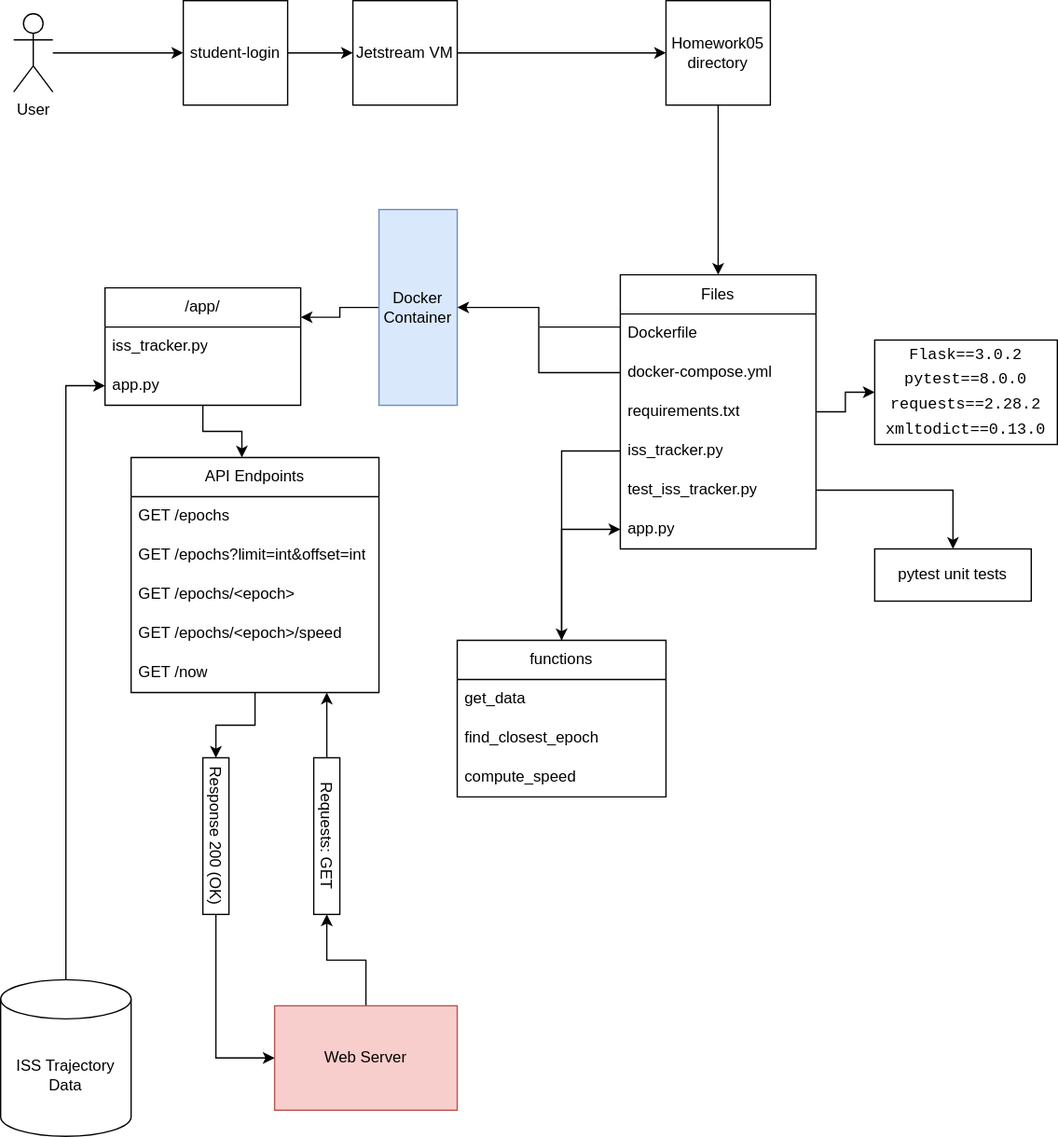
This is software_diagram.svg from hieucannguyen/Containerized-ISS-Tracker-Flask-App, a draw.io export, as it was before one commit. Source tidied: cells renumbered, new cells last; positions are measured from the earlier drawing's top-left corner, leaving out a move shared by most shapes.
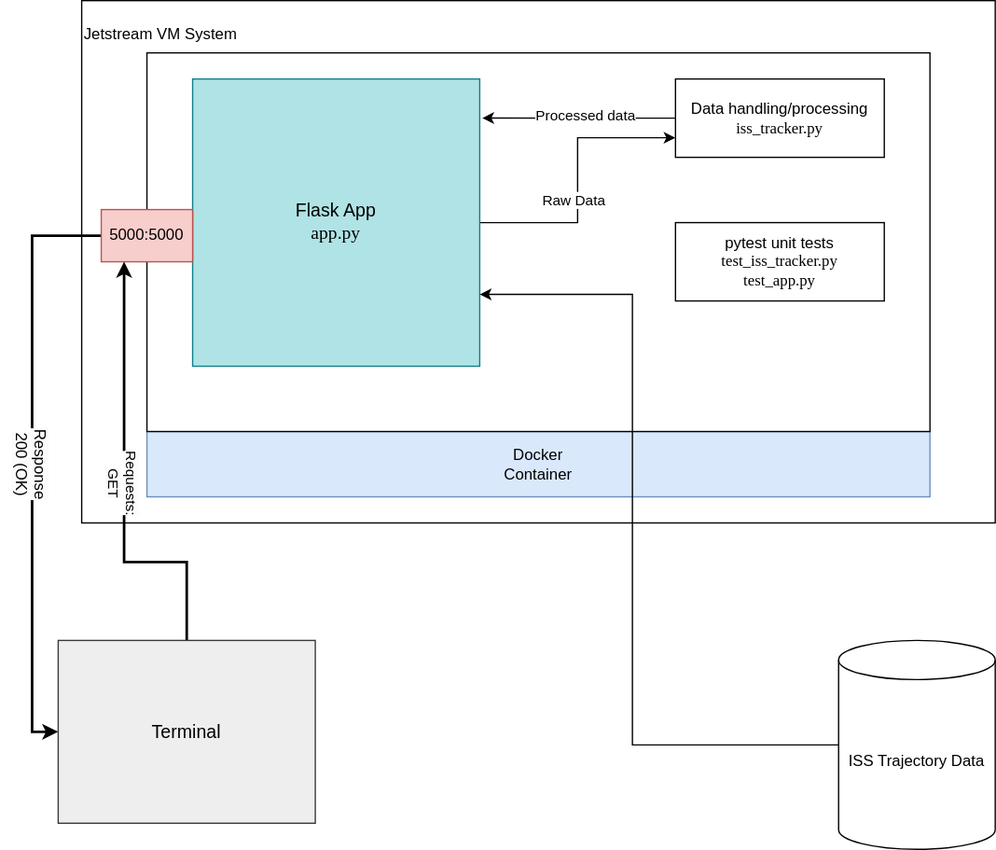
After the commit.

What changed in the source:
```diff
@@ -2,161 +2,79 @@
   <root>
     <mxCell id="0" />
     <mxCell id="1" parent="0" />
-    <mxCell id="2" style="edgeStyle=orthogonalEdgeStyle;rounded=0;jettySize=auto;html=1;" parent="1" edge="1" source="3" target="5">
-      <mxGeometry relative="1" as="geometry" />
-    </mxCell>
-    <mxCell id="3" value="student-login" style="whiteSpace=wrap;html=1;" parent="1" vertex="1">
-      <mxGeometry x="140" width="80" height="80" as="geometry" />
-    </mxCell>
-    <mxCell id="4" style="edgeStyle=orthogonalEdgeStyle;rounded=0;jettySize=auto;html=1;" parent="1" edge="1" source="5" target="7">
-      <mxGeometry relative="1" as="geometry" />
-    </mxCell>
-    <mxCell id="5" value="Jetstream VM" style="whiteSpace=wrap;html=1;" parent="1" vertex="1">
-      <mxGeometry x="270" width="80" height="80" as="geometry" />
+    <mxCell id="5" value="&lt;p style=&quot;line-height: 120%;&quot;&gt;Jetstream VM System&lt;/p&gt;" style="whiteSpace=wrap;html=1;align=left;horizontal=1;verticalAlign=top;spacing=2;labelPosition=center;verticalLabelPosition=middle;" parent="1" vertex="1">
+      <mxGeometry x="68" y="-10" width="700" height="400" as="geometry" />
     </mxCell>
-    <mxCell id="6" style="edgeStyle=orthogonalEdgeStyle;rounded=0;jettySize=auto;html=1;" parent="1" edge="1" source="7" target="10">
-      <mxGeometry relative="1" as="geometry" />
-    </mxCell>
-    <mxCell id="7" value="Homework05 directory" style="whiteSpace=wrap;html=1;" parent="1" vertex="1">
-      <mxGeometry x="510" width="80" height="80" as="geometry" />
-    </mxCell>
-    <mxCell id="8" style="edgeStyle=orthogonalEdgeStyle;rounded=0;jettySize=auto;html=1;entryX=0;entryY=0.5;entryDx=0;entryDy=0;" parent="1" edge="1" source="9" target="3">
-      <mxGeometry relative="1" as="geometry" />
-    </mxCell>
-    <mxCell id="9" value="User" style="shape=umlActor;verticalLabelPosition=bottom;verticalAlign=top;html=1;outlineConnect=0;" parent="1" vertex="1">
-      <mxGeometry x="10" y="10" width="30" height="60" as="geometry" />
-    </mxCell>
-    <mxCell id="10" value="Files" style="swimlane;fontStyle=0;horizontal=1;startSize=30;whiteSpace=wrap;html=1;" parent="1" vertex="1">
-      <mxGeometry x="475" y="210" width="150" height="210" as="geometry" />
-    </mxCell>
-    <mxCell id="11" value="Dockerfile" style="text;strokeColor=none;fillColor=none;align=left;verticalAlign=middle;spacingLeft=4;spacingRight=4;overflow=hidden;whiteSpace=wrap;html=1;" parent="10" vertex="1">
-      <mxGeometry y="30" width="150" height="30" as="geometry" />
-    </mxCell>
-    <mxCell id="12" value="docker-compose.yml" style="text;strokeColor=none;fillColor=none;align=left;verticalAlign=middle;spacingLeft=4;spacingRight=4;overflow=hidden;points=[[0,0.5],[1,0.5]];portConstraint=eastwest;whiteSpace=wrap;html=1;" parent="10" vertex="1">
-      <mxGeometry y="60" width="150" height="30" as="geometry" />
-    </mxCell>
-    <mxCell id="13" value="requirements.txt" style="text;strokeColor=none;fillColor=none;align=left;verticalAlign=middle;spacingLeft=4;spacingRight=4;overflow=hidden;points=[[0,0.5],[1,0.5]];portConstraint=eastwest;whiteSpace=wrap;html=1;" parent="10" vertex="1">
-      <mxGeometry y="90" width="150" height="30" as="geometry" />
-    </mxCell>
-    <mxCell id="14" value="iss_tracker.py" style="text;strokeColor=none;fillColor=none;align=left;verticalAlign=middle;spacingLeft=4;spacingRight=4;overflow=hidden;points=[[0,0.5],[1,0.5]];portConstraint=eastwest;whiteSpace=wrap;html=1;" parent="10" vertex="1">
-      <mxGeometry y="120" width="150" height="30" as="geometry" />
-    </mxCell>
-    <mxCell id="15" value="test_iss_tracker.py" style="text;strokeColor=none;fillColor=none;align=left;verticalAlign=middle;spacingLeft=4;spacingRight=4;overflow=hidden;points=[[0,0.5],[1,0.5]];portConstraint=eastwest;whiteSpace=wrap;html=1;" parent="10" vertex="1">
-      <mxGeometry y="150" width="150" height="30" as="geometry" />
-    </mxCell>
-    <mxCell id="16" value="app.py" style="text;strokeColor=none;fillColor=none;align=left;verticalAlign=middle;spacingLeft=4;spacingRight=4;overflow=hidden;points=[[0,0.5],[1,0.5]];portConstraint=eastwest;whiteSpace=wrap;html=1;" parent="10" vertex="1">
-      <mxGeometry y="180" width="150" height="30" as="geometry" />
-    </mxCell>
     <mxCell id="17" style="edgeStyle=orthogonalEdgeStyle;rounded=0;jettySize=auto;html=1;entryX=1;entryY=0.5;entryDx=0;entryDy=0;" parent="1" edge="1" source="19">
       <mxGeometry relative="1" as="geometry" />
     </mxCell>
-    <mxCell id="18" style="edgeStyle=orthogonalEdgeStyle;rounded=0;jettySize=auto;html=1;entryX=1;entryY=0.25;entryDx=0;entryDy=0;" parent="1" edge="1" source="19" target="20">
-      <mxGeometry relative="1" as="geometry" />
-    </mxCell>
     <mxCell id="19" value="Docker&lt;br&gt;Container" style="rounded=0;whiteSpace=wrap;html=1;fillColor=#dae8fc;strokeColor=#6c8ebf;" parent="1" vertex="1">
-      <mxGeometry x="290" y="160" width="60" height="150" as="geometry" />
+      <mxGeometry x="118" y="320" width="600" height="50" as="geometry" />
     </mxCell>
-    <mxCell id="20" value="/app/" style="swimlane;fontStyle=0;horizontal=1;startSize=30;whiteSpace=wrap;html=1;" parent="1" vertex="1">
-      <mxGeometry x="80" y="220" width="150" height="90" as="geometry" />
-    </mxCell>
-    <mxCell id="21" value="iss_tracker.py" style="text;strokeColor=none;fillColor=none;align=left;verticalAlign=middle;spacingLeft=4;spacingRight=4;overflow=hidden;whiteSpace=wrap;html=1;" parent="20" vertex="1">
-      <mxGeometry y="30" width="150" height="30" as="geometry" />
-    </mxCell>
-    <mxCell id="22" value="app.py" style="text;strokeColor=none;fillColor=none;align=left;verticalAlign=middle;spacingLeft=4;spacingRight=4;overflow=hidden;points=[[0,0.5],[1,0.5]];portConstraint=eastwest;whiteSpace=wrap;html=1;" parent="20" vertex="1">
-      <mxGeometry y="60" width="150" height="30" as="geometry" />
-    </mxCell>
-    <mxCell id="23" value="pytest unit tests" style="rounded=0;whiteSpace=wrap;html=1;" parent="1" vertex="1">
-      <mxGeometry x="670" y="420" width="120" height="40" as="geometry" />
-    </mxCell>
-    <mxCell id="24" style="edgeStyle=orthogonalEdgeStyle;rounded=0;jettySize=auto;html=1;entryX=0.5;entryY=0;entryDx=0;entryDy=0;" parent="1" edge="1" source="15" target="23">
-      <mxGeometry relative="1" as="geometry" />
-    </mxCell>
-    <mxCell id="25" style="edgeStyle=orthogonalEdgeStyle;rounded=0;jettySize=auto;html=1;entryX=0;entryY=0.5;entryDx=0;entryDy=0;" parent="1" edge="1" source="26" target="16">
-      <mxGeometry relative="1" as="geometry" />
-    </mxCell>
-    <mxCell id="26" value="functions" style="swimlane;fontStyle=0;horizontal=1;startSize=30;whiteSpace=wrap;html=1;" parent="1" vertex="1">
-      <mxGeometry x="350" y="490" width="160" height="120" as="geometry" />
-    </mxCell>
-    <mxCell id="27" value="get_data" style="text;strokeColor=none;fillColor=none;align=left;verticalAlign=middle;spacingLeft=4;spacingRight=4;overflow=hidden;whiteSpace=wrap;html=1;" parent="26" vertex="1">
-      <mxGeometry y="30" width="160" height="30" as="geometry" />
-    </mxCell>
-    <mxCell id="28" value="find_closest_epoch" style="text;strokeColor=none;fillColor=none;align=left;verticalAlign=middle;spacingLeft=4;spacingRight=4;overflow=hidden;whiteSpace=wrap;html=1;" parent="26" vertex="1">
-      <mxGeometry y="60" width="160" height="30" as="geometry" />
-    </mxCell>
-    <mxCell id="29" value="compute_speed" style="text;strokeColor=none;fillColor=none;align=left;verticalAlign=middle;spacingLeft=4;spacingRight=4;overflow=hidden;whiteSpace=wrap;html=1;" parent="26" vertex="1">
-      <mxGeometry y="90" width="160" height="30" as="geometry" />
-    </mxCell>
-    <mxCell id="30" style="edgeStyle=orthogonalEdgeStyle;rounded=0;jettySize=auto;html=1;" parent="1" edge="1" source="14" target="26">
-      <mxGeometry relative="1" as="geometry" />
-    </mxCell>
-    <mxCell id="31" value="&lt;div style=&quot;font-family: Consolas, &amp;quot;Courier New&amp;quot;, monospace; line-height: 19px;&quot;&gt;&lt;div style=&quot;&quot;&gt;&lt;span style=&quot;background-color: rgb(255, 255, 255);&quot;&gt;Flask==3.0.2&lt;/span&gt;&lt;/div&gt;&lt;div style=&quot;&quot;&gt;&lt;span style=&quot;background-color: rgb(255, 255, 255);&quot;&gt;pytest==8.0.0&lt;/span&gt;&lt;/div&gt;&lt;div style=&quot;&quot;&gt;&lt;span style=&quot;background-color: rgb(255, 255, 255);&quot;&gt;requests==2.28.2&lt;/span&gt;&lt;/div&gt;&lt;div style=&quot;&quot;&gt;&lt;span style=&quot;background-color: rgb(255, 255, 255);&quot;&gt;xmltodict==0.13.0&lt;/span&gt;&lt;/div&gt;&lt;/div&gt;" style="rounded=0;whiteSpace=wrap;html=1;" parent="1" vertex="1">
-      <mxGeometry x="670" y="260" width="140" height="80" as="geometry" />
-    </mxCell>
-    <mxCell id="32" style="edgeStyle=orthogonalEdgeStyle;rounded=0;jettySize=auto;html=1;" parent="1" edge="1" source="13" target="31">
-      <mxGeometry relative="1" as="geometry" />
-    </mxCell>
-    <mxCell id="33" style="edgeStyle=orthogonalEdgeStyle;rounded=0;jettySize=auto;html=1;entryX=1;entryY=0.5;entryDx=0;entryDy=0;" parent="1" edge="1" source="12" target="19">
-      <mxGeometry relative="1" as="geometry" />
-    </mxCell>
-    <mxCell id="34" style="endArrow=none;html=1;rounded=0;" parent="1" edge="1">
-      <mxGeometry relative="1" as="geometry">
-        <mxPoint x="413" y="250" as="sourcePoint" />
-        <mxPoint x="475" y="250" as="targetPoint" />
-      </mxGeometry>
-    </mxCell>
-    <mxCell id="35" style="edgeStyle=orthogonalEdgeStyle;rounded=0;jettySize=auto;html=1;entryX=0;entryY=0.5;entryDx=0;entryDy=0;" parent="1" edge="1" source="36" target="22">
-      <mxGeometry relative="1" as="geometry" />
-    </mxCell>
+    <mxCell id="51" style="whiteSpace=wrap;html=1;" parent="1" vertex="1">
+      <mxGeometry x="118" y="30" width="600" height="290" as="geometry" />
+    </mxCell>
+    <mxCell id="52" style="edgeStyle=orthogonalEdgeStyle;rounded=0;jettySize=auto;html=1;entryX=0;entryY=0.75;entryDx=0;entryDy=0;" parent="1" edge="1" source="54" target="55">
+      <mxGeometry relative="1" as="geometry" />
+    </mxCell>
+    <mxCell id="53" value="Raw Data" style="edgeLabel;html=1;align=center;verticalAlign=middle;" parent="52" vertex="1">
+      <mxGeometry x="-0.14" y="4" relative="1" as="geometry" />
+    </mxCell>
+    <mxCell id="54" value="&lt;font style=&quot;font-size: 14px;&quot;&gt;Flask App&lt;/font&gt;&lt;div style=&quot;font-size: 14px;&quot;&gt;&lt;font style=&quot;font-size: 14px;&quot; face=&quot;Lucida Console&quot;&gt;app.py&lt;/font&gt;&lt;/div&gt;" style="whiteSpace=wrap;html=1;align=center;verticalAlign=middle;fillColor=#b0e3e6;strokeColor=#0e8088;" parent="1" vertex="1">
+      <mxGeometry x="153" y="50" width="220" height="220" as="geometry" />
+    </mxCell>
+    <mxCell id="55" value="Data handling/processing&lt;div&gt;&lt;font face=&quot;Lucida Console&quot;&gt;iss_tracker.py&lt;/font&gt;&lt;/div&gt;" style="rounded=0;whiteSpace=wrap;html=1;" parent="1" vertex="1">
+      <mxGeometry x="523" y="50" width="160" height="60" as="geometry" />
+    </mxCell>
+    <mxCell id="56" style="edgeStyle=orthogonalEdgeStyle;rounded=0;jettySize=auto;html=1;entryX=1.009;entryY=0.136;entryDx=0;entryDy=0;entryPerimeter=0;" parent="1" edge="1" source="55" target="54">
+      <mxGeometry relative="1" as="geometry" />
+    </mxCell>
+    <mxCell id="57" value="Processed data" style="edgeLabel;html=1;align=center;verticalAlign=middle;" parent="56" vertex="1">
+      <mxGeometry x="-0.07" y="-3" relative="1" as="geometry">
+        <mxPoint x="-1" as="offset" />
+      </mxGeometry>
+    </mxCell>
+    <mxCell id="58" value="pytest unit tests&lt;div&gt;&lt;span style=&quot;font-family: &amp;quot;Lucida Console&amp;quot;;&quot;&gt;test_iss_tracker.py&lt;/span&gt;&lt;br&gt;&lt;/div&gt;&lt;div&gt;&lt;span style=&quot;font-family: &amp;quot;Lucida Console&amp;quot;;&quot;&gt;test_app.py&lt;/span&gt;&lt;br&gt;&lt;/div&gt;" style="rounded=0;whiteSpace=wrap;html=1;" parent="1" vertex="1">
+      <mxGeometry x="523" y="160" width="160" height="60" as="geometry" />
+    </mxCell>
+    <mxCell id="59" style="edgeStyle=orthogonalEdgeStyle;rounded=0;jettySize=auto;html=1;entryX=0;entryY=0.5;entryDx=0;entryDy=0;exitX=0;exitY=0.5;exitDx=0;exitDy=0;strokeWidth=2;" parent="1" edge="1" source="60" target="62">
+      <mxGeometry relative="1" as="geometry">
+        <Array as="points">
+          <mxPoint x="30" y="170" />
+          <mxPoint x="30" y="550" />
+        </Array>
+      </mxGeometry>
+    </mxCell>
+    <mxCell id="47" value="&lt;p style=&quot;line-height: 120%;&quot;&gt;&lt;span style=&quot;font-size: 12px; text-wrap: wrap; background-color: rgb(251, 251, 251);&quot;&gt;Response 200 (OK)&lt;/span&gt;&lt;/p&gt;" style="edgeLabel;html=1;align=center;verticalAlign=middle;points=[];rotation=90;" parent="59" vertex="1">
+      <mxGeometry relative="1" as="geometry" />
+    </mxCell>
+    <mxCell id="60" value="5000:5000" style="rounded=0;whiteSpace=wrap;html=1;fillColor=#f8cecc;strokeColor=#b85450;" parent="1" vertex="1">
+      <mxGeometry x="83" y="150" width="70" height="40" as="geometry" />
+    </mxCell>
+    <mxCell id="61" style="edgeStyle=orthogonalEdgeStyle;rounded=0;jettySize=auto;html=1;entryX=0.25;entryY=1;entryDx=0;entryDy=0;exitX=0.5;exitY=0;exitDx=0;exitDy=0;strokeWidth=2;" parent="1" edge="1" source="62" target="60">
+      <mxGeometry relative="1" as="geometry">
+        <Array as="points">
+          <mxPoint x="149" y="420" />
+          <mxPoint x="101" y="420" />
+        </Array>
+      </mxGeometry>
+    </mxCell>
+    <mxCell id="49" value="&lt;span style=&quot;font-size: 11px; text-wrap: wrap; background-color: rgb(251, 251, 251);&quot;&gt;Requests: GET&lt;/span&gt;" style="edgeLabel;html=1;align=center;verticalAlign=middle;points=[];rotation=90;horizontal=1;fontSize=11;" parent="61" vertex="1">
+      <mxGeometry relative="1" as="geometry" />
+    </mxCell>
+    <mxCell id="62" value="&lt;font style=&quot;font-size: 14px;&quot;&gt;Terminal&lt;/font&gt;" style="rounded=0;whiteSpace=wrap;html=1;fillColor=#eeeeee;strokeColor=#36393d;" parent="1" vertex="1">
+      <mxGeometry x="50" y="480" width="197" height="140" as="geometry" />
+    </mxCell>
+    <mxCell id="63" style="edgeStyle=orthogonalEdgeStyle;rounded=0;jettySize=auto;html=1;entryX=1;entryY=0.75;entryDx=0;entryDy=0;" parent="1" edge="1" source="36" target="54">
+      <mxGeometry relative="1" as="geometry">
+        <Array as="points">
+          <mxPoint x="490" y="560" />
+          <mxPoint x="490" y="215" />
+        </Array>
+      </mxGeometry>
+    </mxCell>
     <mxCell id="36" value="ISS Trajectory Data" style="shape=cylinder3;whiteSpace=wrap;html=1;boundedLbl=1;backgroundOutline=1;size=15;" parent="1" vertex="1">
-      <mxGeometry y="750" width="100" height="120" as="geometry" />
+      <mxGeometry x="648" y="480" width="120" height="160" as="geometry" />
     </mxCell>
-    <mxCell id="37" style="edgeStyle=orthogonalEdgeStyle;rounded=0;jettySize=auto;html=1;entryX=1;entryY=0.5;entryDx=0;entryDy=0;" parent="1" edge="1" source="38" target="49">
-      <mxGeometry relative="1" as="geometry" />
-    </mxCell>
-    <mxCell id="38" value="Web Server" style="rounded=0;whiteSpace=wrap;html=1;fillColor=#f8cecc;strokeColor=#b85450;" parent="1" vertex="1">
-      <mxGeometry x="210" y="770" width="140" height="80" as="geometry" />
-    </mxCell>
-    <mxCell id="39" style="edgeStyle=orthogonalEdgeStyle;rounded=0;jettySize=auto;html=1;entryX=0;entryY=0.5;entryDx=0;entryDy=0;" parent="1" edge="1" source="40" target="47">
-      <mxGeometry relative="1" as="geometry" />
-    </mxCell>
-    <mxCell id="40" value="API Endpoints" style="swimlane;fontStyle=0;horizontal=1;startSize=30;whiteSpace=wrap;html=1;" parent="1" vertex="1">
-      <mxGeometry x="100" y="350" width="190" height="180" as="geometry" />
-    </mxCell>
-    <mxCell id="41" value="GET /epochs" style="text;strokeColor=none;fillColor=none;align=left;verticalAlign=middle;spacingLeft=4;spacingRight=4;overflow=hidden;whiteSpace=wrap;html=1;" parent="40" vertex="1">
-      <mxGeometry y="30" width="190" height="30" as="geometry" />
-    </mxCell>
-    <mxCell id="42" value="GET /epochs?limit=int&amp;amp;offset=int" style="text;strokeColor=none;fillColor=none;align=left;verticalAlign=middle;spacingLeft=4;spacingRight=4;overflow=hidden;whiteSpace=wrap;html=1;" parent="40" vertex="1">
-      <mxGeometry y="60" width="190" height="30" as="geometry" />
-    </mxCell>
-    <mxCell id="43" value="GET /epochs/&amp;lt;epoch&amp;gt;" style="text;strokeColor=none;fillColor=none;align=left;verticalAlign=middle;spacingLeft=4;spacingRight=4;overflow=hidden;whiteSpace=wrap;html=1;" parent="40" vertex="1">
-      <mxGeometry y="90" width="190" height="30" as="geometry" />
-    </mxCell>
-    <mxCell id="44" value="GET /epochs/&amp;lt;epoch&amp;gt;/speed" style="text;strokeColor=none;fillColor=none;align=left;verticalAlign=middle;spacingLeft=4;spacingRight=4;overflow=hidden;whiteSpace=wrap;html=1;" parent="40" vertex="1">
-      <mxGeometry y="120" width="190" height="30" as="geometry" />
-    </mxCell>
-    <mxCell id="45" value="GET /now" style="text;strokeColor=none;fillColor=none;align=left;verticalAlign=middle;spacingLeft=4;spacingRight=4;overflow=hidden;whiteSpace=wrap;html=1;" parent="40" vertex="1">
-      <mxGeometry y="150" width="190" height="30" as="geometry" />
-    </mxCell>
-    <mxCell id="46" style="edgeStyle=orthogonalEdgeStyle;rounded=0;jettySize=auto;html=1;entryX=0.447;entryY=0;entryDx=0;entryDy=0;entryPerimeter=0;" parent="1" edge="1" source="20" target="40">
-      <mxGeometry relative="1" as="geometry" />
-    </mxCell>
-    <mxCell id="47" value="Response 200 (OK)" style="rounded=0;whiteSpace=wrap;html=1;rotation=90;" parent="1" vertex="1">
-      <mxGeometry x="105" y="630" width="120" height="20" as="geometry" />
-    </mxCell>
-    <mxCell id="48" style="edgeStyle=orthogonalEdgeStyle;rounded=0;jettySize=auto;html=1;" parent="1" edge="1" source="49">
-      <mxGeometry relative="1" as="geometry">
-        <mxPoint x="250" y="530" as="targetPoint" />
-      </mxGeometry>
-    </mxCell>
-    <mxCell id="49" value="Requests: GET" style="rounded=0;whiteSpace=wrap;html=1;rotation=90;" parent="1" vertex="1">
-      <mxGeometry x="190" y="630" width="120" height="20" as="geometry" />
-    </mxCell>
-    <mxCell id="50" style="endArrow=classic;html=1;rounded=0;exitX=1;exitY=0.5;exitDx=0;exitDy=0;entryX=0;entryY=0.5;entryDx=0;entryDy=0;" parent="1" edge="1" source="47" target="38">
-      <mxGeometry relative="1" as="geometry">
-        <Array as="points">
-          <mxPoint x="165" y="810" />
-        </Array>
-      </mxGeometry>
-    </mxCell>
   </root>
 </mxGraphModel>
```
